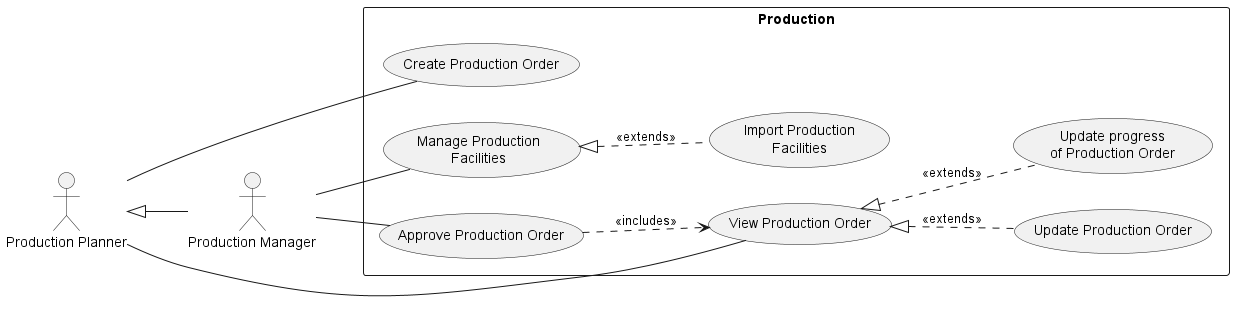
Above: use-cases/Production.png in phihungha/scmss-reqs (PlantUML), before the change.
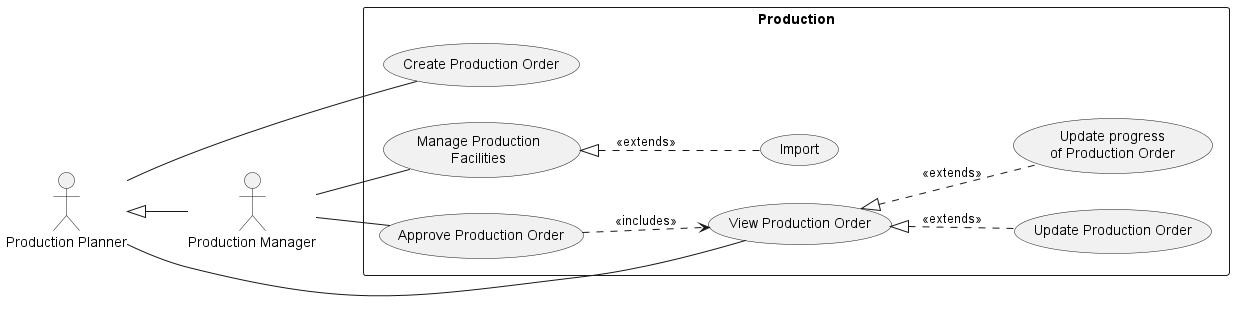
After the change.

Commit message:
Combine import use cases

What changed in the source:
```diff
@@ -15,6 +15,6 @@
   (Approve Production Order) ..> (View Production Order) : <<includes>>
 
   pm -- (Manage Production\nFacilities)
-  (Manage Production\nFacilities) <|.. (Import Production\nFacilities) : <<extends>>
+  (Manage Production\nFacilities) <|.. (Import) : <<extends>>
 }
 @enduml
```
